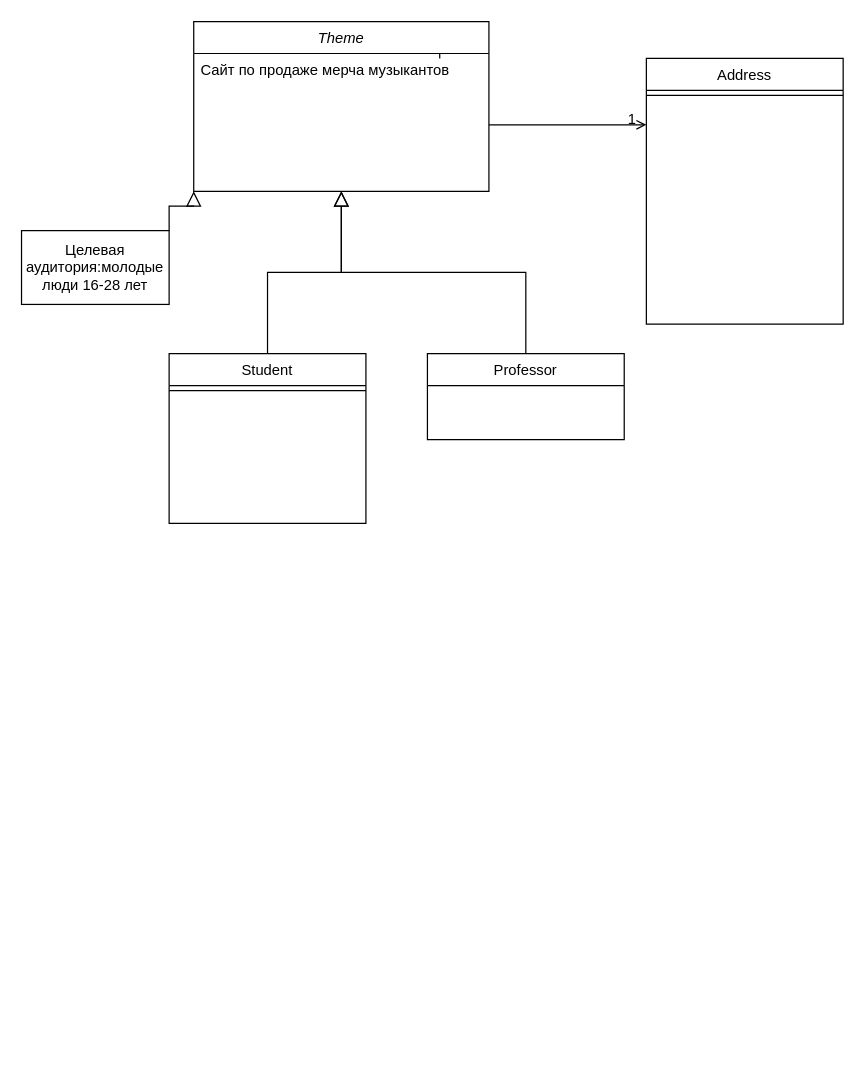
The draw.io diagram Диаграмма без названия.drawio in tweaklezzz/portfolio, before the edit. Source tidied: cells renumbered, new cells numbered last; positions are measured from the earlier drawing's top-left corner, leaving out a move shared by most shapes. Both pictures are drawn from the tidied source at 123%, with x=0, y=0 at pixel (21, 21).
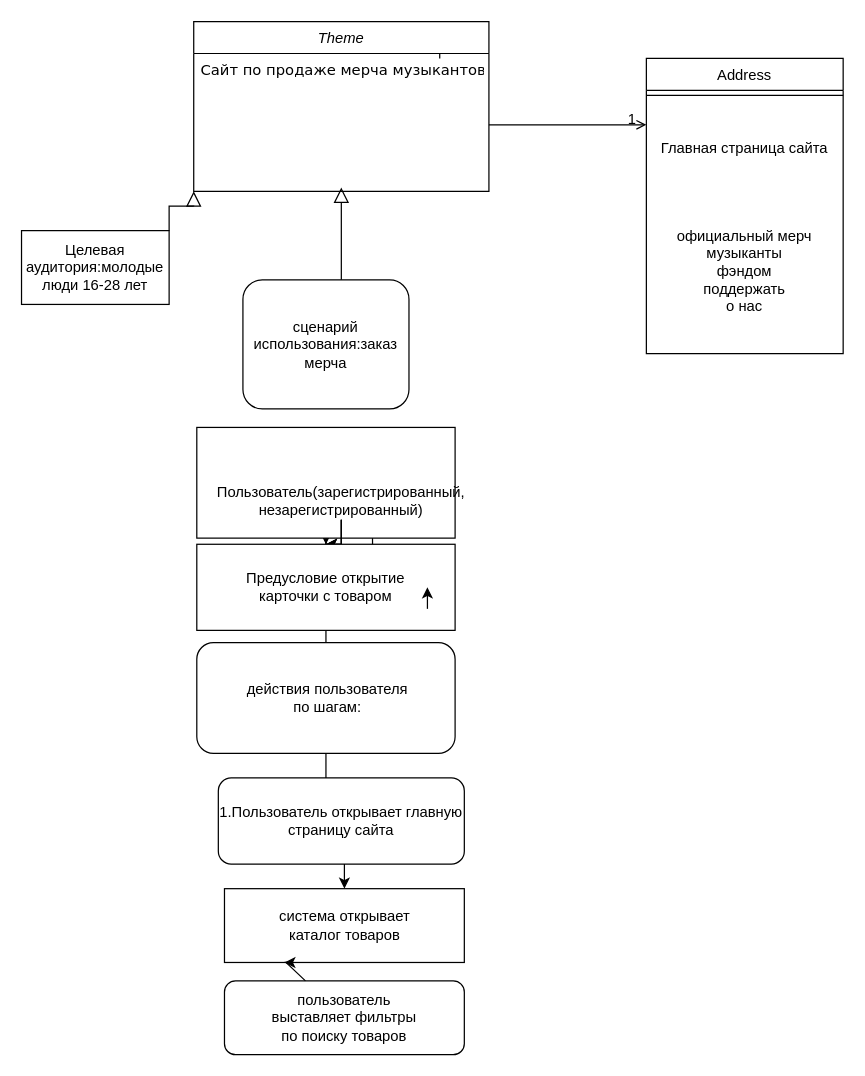
After the change.

The change refers to these unchanged cells:
```xml
<mxCell id="3" value="Theme" style="swimlane;fontStyle=2;align=center;verticalAlign=top;horizontal=1;startSize=26;rounded=0;shadow=0;strokeWidth=1;" parent="1" vertex="1">
  <mxGeometry x="140" width="240" height="138" as="geometry" />
</mxCell>
```

What changed in the source:
```diff
@@
-    <mxCell id="5" value="Сайт по продаже мерча музыкантов" style="text;align=left;verticalAlign=top;spacingLeft=4;spacingRight=4;overflow=hidden;points=[[0,0.5],[1,0.5]];portConstraint=eastwest;" parent="3" vertex="1">
+    <mxCell id="5" value="Сайт по продаже мерча музыкантов" style="text;align=left;verticalAlign=top;spacingLeft=4;spacingRight=4;overflow=hidden;points=[[0,0.5],[1,0.5]];portConstraint=eastwest;fontFamily=Verdana;" parent="3" vertex="1">
       <mxGeometry y="26" width="240" height="48" as="geometry" />
     </mxCell>
-    <mxCell id="6" value="Student" style="swimlane;fontStyle=0;align=center;verticalAlign=top;horizontal=1;startSize=26;rounded=0;shadow=0;strokeWidth=1;" parent="1" vertex="1">
-      <mxGeometry x="120" y="270" width="160" height="138" as="geometry" />
-    </mxCell>
-    <mxCell id="7" style="line;html=1;strokeWidth=1;align=left;verticalAlign=middle;spacingTop=-1;spacingLeft=3;spacingRight=3;labelPosition=right;" parent="6" vertex="1">
-      <mxGeometry y="26" width="160" height="8" as="geometry" />
-    </mxCell>
-    <mxCell id="8" style="endArrow=block;endSize=10;endFill=0;shadow=0;strokeWidth=1;rounded=0;edgeStyle=elbowEdgeStyle;elbow=vertical;" parent="1" edge="1" source="6" target="3">
-      <mxGeometry relative="1" as="geometry" />
+    <mxCell id="8" style="endArrow=block;endSize=10;endFill=0;shadow=0;strokeWidth=1;rounded=0;edgeStyle=elbowEdgeStyle;elbow=vertical;" parent="1" edge="1">
+      <mxGeometry relative="1" as="geometry">
+        <mxPoint x="260" y="220" as="sourcePoint" />
+        <mxPoint x="260" y="135" as="targetPoint" />
+      </mxGeometry>
     </mxCell>
-    <mxCell id="9" value="Professor" style="swimlane;fontStyle=0;align=center;verticalAlign=top;horizontal=1;startSize=26;rounded=0;shadow=0;strokeWidth=1;" parent="1" vertex="1">
-      <mxGeometry x="330" y="270" width="160" height="70" as="geometry" />
-    </mxCell>
-    <mxCell id="10" style="endArrow=block;endSize=10;endFill=0;shadow=0;strokeWidth=1;rounded=0;edgeStyle=elbowEdgeStyle;elbow=vertical;" parent="1" edge="1" source="9" target="3">
-      <mxGeometry relative="1" as="geometry" />
-    </mxCell>
     <mxCell id="11" value="Address" style="swimlane;fontStyle=0;align=center;verticalAlign=top;horizontal=1;startSize=26;rounded=0;shadow=0;strokeWidth=1;" parent="1" vertex="1">
-      <mxGeometry x="508" y="30" width="160" height="216" as="geometry" />
+      <mxGeometry x="508" y="30" width="160" height="240" as="geometry" />
     </mxCell>
@@
+    <mxCell id="17" value="Главная страница сайта&lt;br&gt;&lt;br&gt;&lt;br&gt;&lt;br&gt;&lt;br&gt;официальный мерч&lt;br&gt;музыканты&lt;br&gt;фэндом &lt;br&gt;поддержать&lt;br&gt;о нас&lt;br&gt;" style="text;html=1;strokeColor=none;fillColor=none;align=center;verticalAlign=middle;whiteSpace=wrap;rounded=0;" parent="11" vertex="1">
+      <mxGeometry y="34" width="160" height="206" as="geometry" />
+    </mxCell>
@@
+    <mxCell id="18" style="edgeStyle=orthogonalEdgeStyle;rounded=0;jettySize=auto;html=1;exitX=0.5;exitY=1;exitDx=0;exitDy=0;" parent="1" edge="1" source="20" target="25">
+      <mxGeometry relative="1" as="geometry" />
+    </mxCell>
+    <mxCell id="19" style="edgeStyle=orthogonalEdgeStyle;rounded=0;jettySize=auto;html=1;" parent="1" edge="1" source="20">
+      <mxGeometry relative="1" as="geometry">
+        <mxPoint x="285" y="375" as="targetPoint" />
+      </mxGeometry>
+    </mxCell>
+    <mxCell id="20" style="rounded=0;whiteSpace=wrap;html=1;" parent="1" vertex="1">
+      <mxGeometry x="142.5" y="330" width="210" height="90" as="geometry" />
+    </mxCell>
+    <mxCell id="21" style="edgeStyle=orthogonalEdgeStyle;rounded=0;jettySize=auto;html=1;" parent="1" edge="1" source="24" target="25">
+      <mxGeometry relative="1" as="geometry" />
+    </mxCell>
+    <mxCell id="22" style="edgeStyle=orthogonalEdgeStyle;rounded=0;jettySize=auto;html=1;" parent="1" edge="1" source="24" target="25">
+      <mxGeometry relative="1" as="geometry" />
+    </mxCell>
+    <mxCell id="23" style="edgeStyle=orthogonalEdgeStyle;rounded=0;jettySize=auto;html=1;" parent="1" edge="1" source="24" target="25">
+      <mxGeometry relative="1" as="geometry" />
+    </mxCell>
+    <mxCell id="24" value="Пользователь(зарегистрированный, незарегистрированный)" style="text;html=1;strokeColor=none;fillColor=none;align=center;verticalAlign=middle;whiteSpace=wrap;rounded=0;" parent="1" vertex="1">
+      <mxGeometry x="230" y="375" width="60" height="30" as="geometry" />
+    </mxCell>
+    <mxCell id="25" style="rounded=0;whiteSpace=wrap;html=1;" parent="1" vertex="1">
+      <mxGeometry x="142.5" y="425" width="210" height="70" as="geometry" />
+    </mxCell>
+    <mxCell id="26" style="edgeStyle=orthogonalEdgeStyle;rounded=0;jettySize=auto;html=1;" parent="1" edge="1" source="27" target="30">
+      <mxGeometry relative="1" as="geometry" />
+    </mxCell>
+    <mxCell id="27" value="Предусловие открытие карточки с товаром" style="text;html=1;strokeColor=none;fillColor=none;align=center;verticalAlign=middle;whiteSpace=wrap;rounded=0;" parent="1" vertex="1">
+      <mxGeometry x="165" y="425" width="165" height="70" as="geometry" />
+    </mxCell>
+    <mxCell id="28" style="edgeStyle=orthogonalEdgeStyle;rounded=0;jettySize=auto;html=1;" parent="1" edge="1" source="29" target="35">
+      <mxGeometry relative="1" as="geometry" />
+    </mxCell>
+    <mxCell id="29" style="rounded=1;whiteSpace=wrap;html=1;" parent="1" vertex="1">
+      <mxGeometry x="142.5" y="505" width="210" height="90" as="geometry" />
+    </mxCell>
+    <mxCell id="30" value="действия пользователя по шагам:" style="text;html=1;strokeColor=none;fillColor=none;align=center;verticalAlign=middle;whiteSpace=wrap;rounded=0;" parent="1" vertex="1">
+      <mxGeometry x="180" y="525" width="137.5" height="50" as="geometry" />
+    </mxCell>
+    <mxCell id="31" value="1.Пользователь открывает главную страницу сайта" style="rounded=1;whiteSpace=wrap;html=1;" parent="1" vertex="1">
+      <mxGeometry x="160" y="615" width="200" height="70" as="geometry" />
+    </mxCell>
+    <mxCell id="32" style="rounded=1;whiteSpace=wrap;html=1;" parent="1" vertex="1">
+      <mxGeometry x="180" y="210" width="135" height="105" as="geometry" />
+    </mxCell>
+    <mxCell id="33" value="сценарий использования:заказ мерча" style="text;html=1;strokeColor=none;fillColor=none;align=center;verticalAlign=middle;whiteSpace=wrap;rounded=0;" parent="1" vertex="1">
+      <mxGeometry x="210" y="248" width="75" height="30" as="geometry" />
+    </mxCell>
+    <mxCell id="34" style="edgeStyle=orthogonalEdgeStyle;rounded=0;orthogonalLoop=1;jettySize=auto;html=1;exitX=1;exitY=0.75;exitDx=0;exitDy=0;entryX=1;entryY=0.5;entryDx=0;entryDy=0;" parent="1" edge="1" source="27" target="27">
+      <mxGeometry relative="1" as="geometry" />
+    </mxCell>
+    <mxCell id="35" style="rounded=0;whiteSpace=wrap;html=1;" parent="1" vertex="1">
+      <mxGeometry x="165" y="705" width="195" height="60" as="geometry" />
+    </mxCell>
+    <mxCell id="36" value="система открывает каталог товаров" style="text;html=1;strokeColor=none;fillColor=none;align=center;verticalAlign=middle;whiteSpace=wrap;rounded=0;" parent="1" vertex="1">
+      <mxGeometry x="205.6" y="720" width="113.8" height="30" as="geometry" />
+    </mxCell>
+    <mxCell id="37" style="rounded=1;whiteSpace=wrap;html=1;" parent="1" vertex="1">
+      <mxGeometry x="165" y="780" width="195" height="60" as="geometry" />
+    </mxCell>
+    <mxCell id="38" value="пользователь выставляет фильтры по поиску товаров" style="text;html=1;strokeColor=none;fillColor=none;align=center;verticalAlign=middle;whiteSpace=wrap;rounded=0;" parent="1" vertex="1">
+      <mxGeometry x="195" y="795" width="135" height="30" as="geometry" />
+    </mxCell>
+    <mxCell id="39" style="endArrow=classic;html=1;rounded=0;entryX=0.25;entryY=1;entryDx=0;entryDy=0;" parent="1" edge="1" source="37" target="35">
+      <mxGeometry relative="1" as="geometry">
+        <Array as="points">
+          <mxPoint x="215" y="765" />
+        </Array>
+      </mxGeometry>
+    </mxCell>
```
